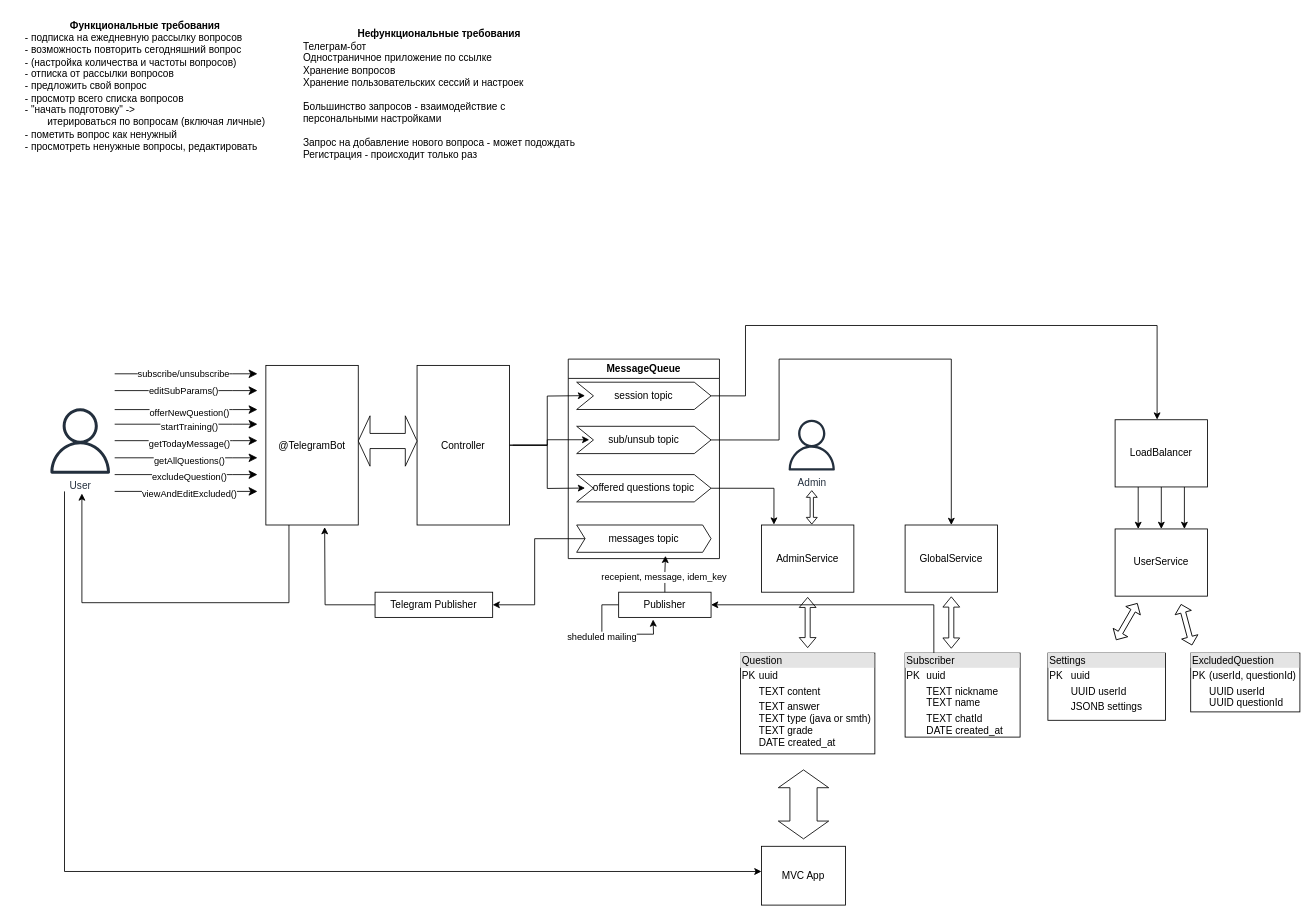
maksarts/test-project-files keeps this draw.io diagram as SobesCracker.drawio. Above is the earlier version. Source tidied: cells renumbered, new cells numbered last; positions are measured from the earlier drawing's top-left corner, leaving out a move shared by most shapes. Both pictures are drawn from the tidied source at 84%, with x=0, y=0 at pixel (14, 14).
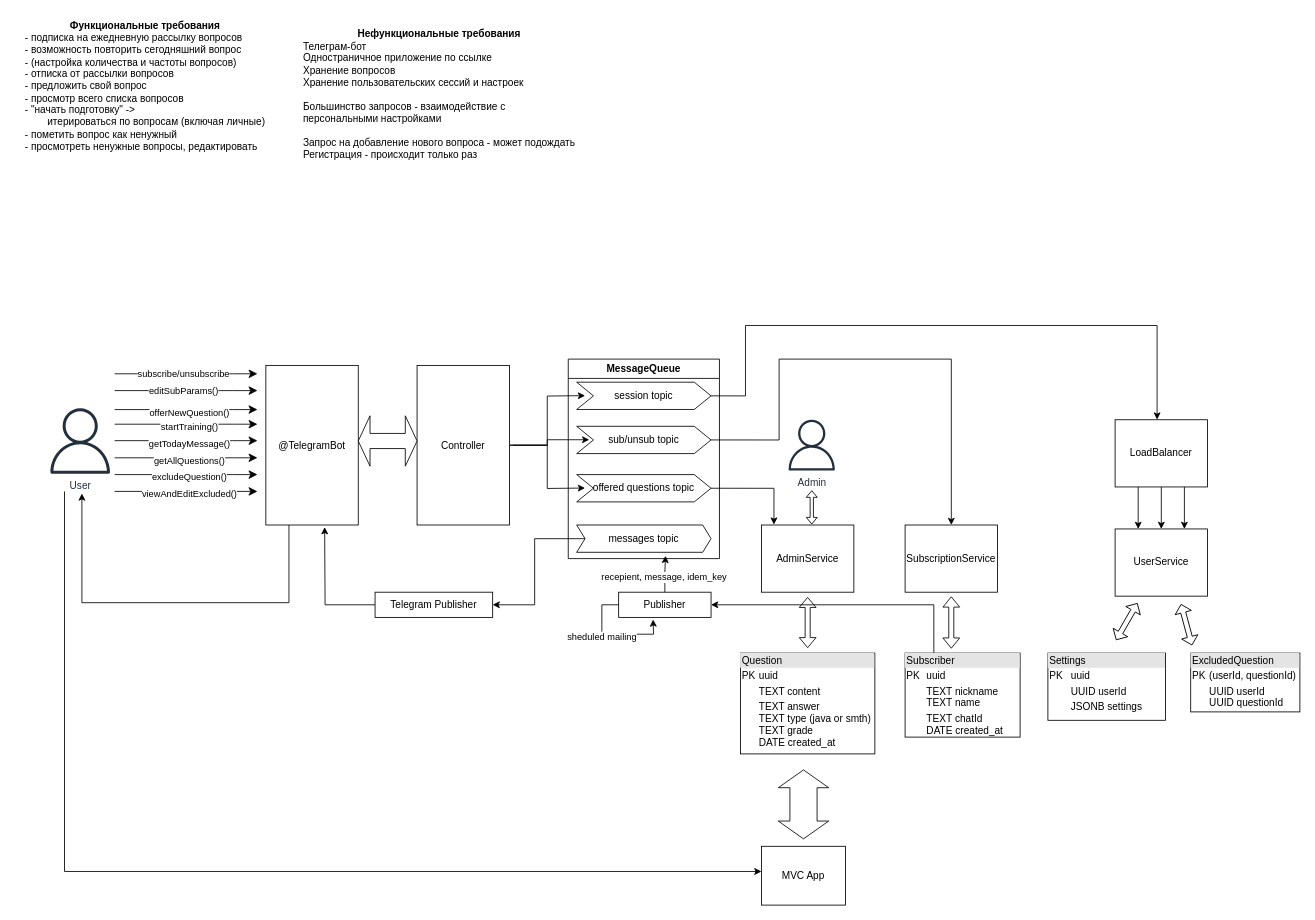
After the change.

The edit, as a diff of the source:
```diff
@@
-    <mxCell id="29" value="GlobalService" style="html=1;whiteSpace=wrap;" parent="1" vertex="1">
+    <mxCell id="29" value="SubscriptionService" style="html=1;whiteSpace=wrap;" parent="1" vertex="1">
       <mxGeometry x="1060" y="607.5" width="110" height="80" as="geometry" />
     </mxCell>
```
